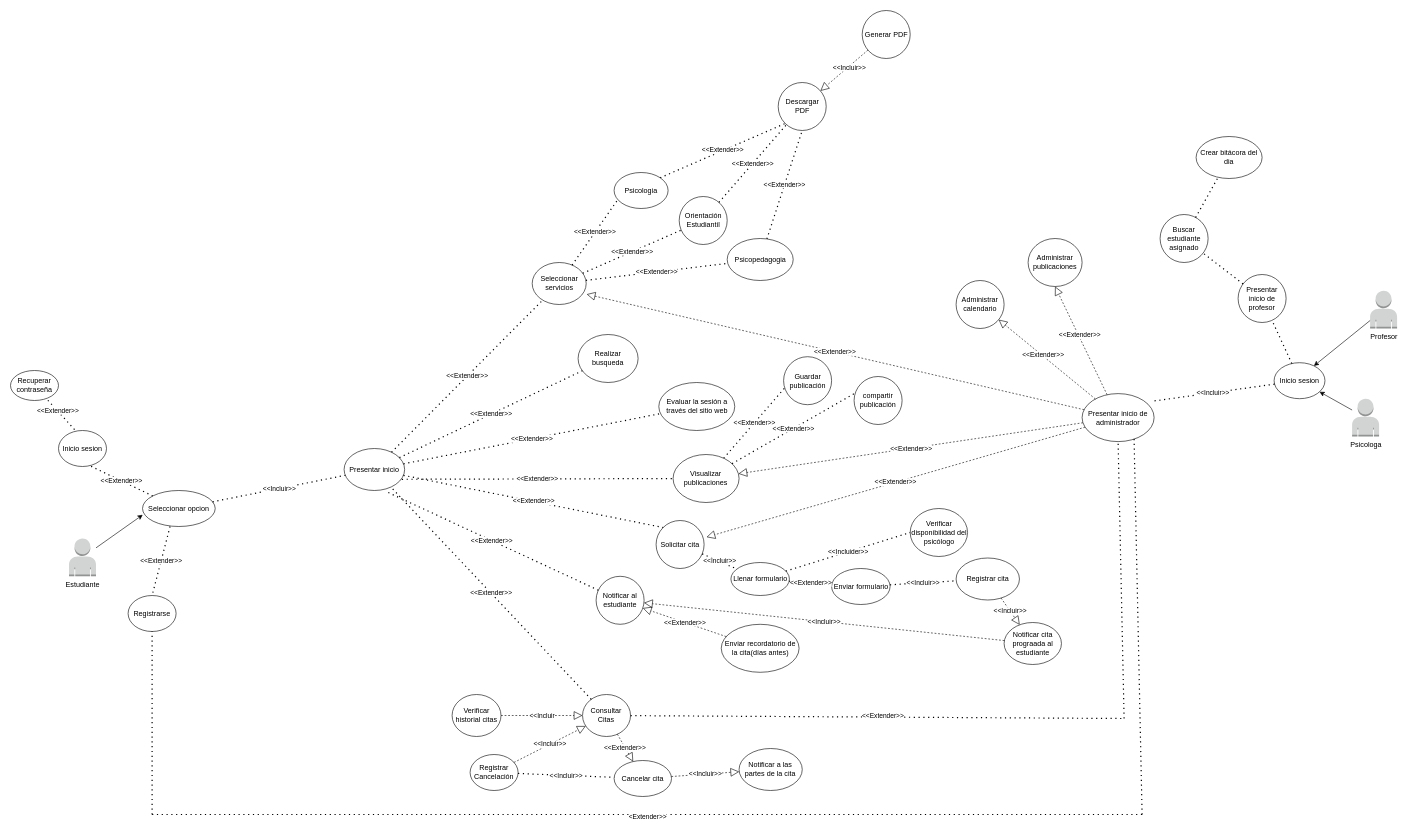
The draw.io diagram DiagramaCasoUso/DiagramaCasoUso.drawio in Joxini/DiagramaDeUso, before the edit. Source tidied: cells renumbered, new cells numbered last; positions are measured from the earlier drawing's top-left corner, leaving out a move shared by most shapes. Both pictures are drawn from the tidied source at 60%, with x=0, y=0 at pixel (10, 10).
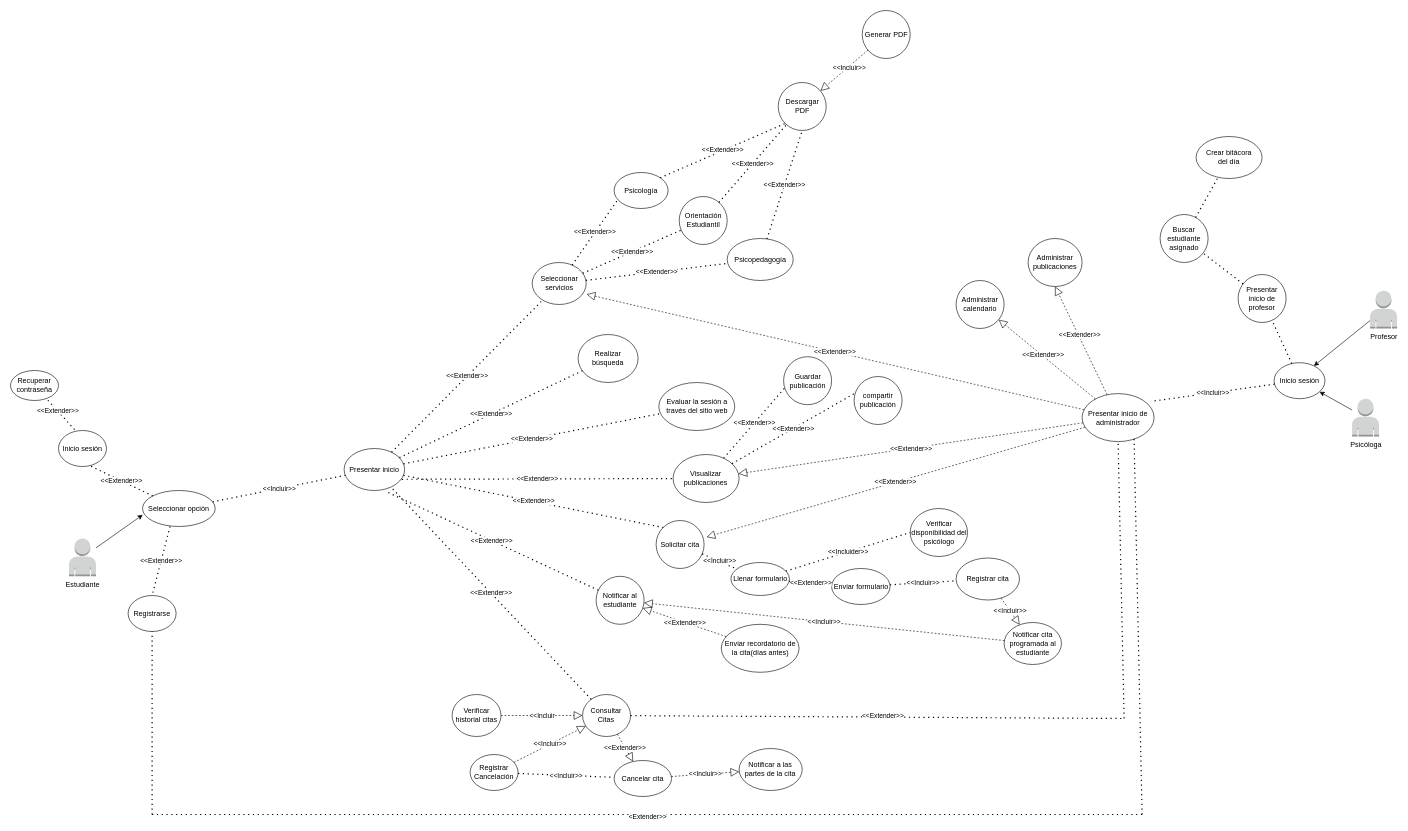
Above is the later version.

What changed in the source:
```diff
@@
-    <mxCell id="2" value="Seleccionar opcion" style="ellipse;whiteSpace=wrap;html=1;" parent="1" vertex="1">
+    <mxCell id="2" value="Seleccionar opción" style="ellipse;whiteSpace=wrap;html=1;" parent="1" vertex="1">
       <mxGeometry x="220" y="800" width="121.2" height="60" as="geometry" />
     </mxCell>
@@
-    <mxCell id="7" value="Notificar cita prograada al estudiante" style="ellipse;whiteSpace=wrap;html=1;" parent="1" vertex="1">
+    <mxCell id="7" value="Notificar cita programada al estudiante" style="ellipse;whiteSpace=wrap;html=1;" parent="1" vertex="1">
       <mxGeometry x="1656" y="1020" width="95.6" height="70" as="geometry" />
     </mxCell>
@@
-    <mxCell id="15" value="Inicio sesion" style="ellipse;whiteSpace=wrap;html=1;" parent="1" vertex="1">
+    <mxCell id="15" value="Inicio sesión" style="ellipse;whiteSpace=wrap;html=1;" parent="1" vertex="1">
       <mxGeometry x="80" y="700" width="80" height="60" as="geometry" />
     </mxCell>
@@
-    <mxCell id="23" value="Psicologia" style="ellipse;whiteSpace=wrap;html=1;" parent="1" vertex="1">
+    <mxCell id="23" value="Psicología" style="ellipse;whiteSpace=wrap;html=1;" parent="1" vertex="1">
       <mxGeometry x="1006" y="270" width="90" height="60" as="geometry" />
     </mxCell>
@@
-    <mxCell id="25" value="Psicopedagogia" style="ellipse;whiteSpace=wrap;html=1;" parent="1" vertex="1">
+    <mxCell id="25" value="Psicopedagogía" style="ellipse;whiteSpace=wrap;html=1;" parent="1" vertex="1">
       <mxGeometry x="1194.5" y="380" width="110" height="70" as="geometry" />
     </mxCell>
@@
-    <mxCell id="31" value="Realizar busqueda" style="ellipse;whiteSpace=wrap;html=1;" parent="1" vertex="1">
+    <mxCell id="31" value="Realizar búsqueda" style="ellipse;whiteSpace=wrap;html=1;" parent="1" vertex="1">
       <mxGeometry x="946" y="540" width="100" height="80" as="geometry" />
     </mxCell>
@@
-    <mxCell id="67" value="Psicologa" style="outlineConnect=0;dashed=0;verticalLabelPosition=bottom;verticalAlign=top;align=center;html=1;shape=mxgraph.aws3.user;fillColor=#D2D3D3;gradientColor=none;" parent="1" vertex="1">
+    <mxCell id="67" value="Psicóloga" style="outlineConnect=0;dashed=0;verticalLabelPosition=bottom;verticalAlign=top;align=center;html=1;shape=mxgraph.aws3.user;fillColor=#D2D3D3;gradientColor=none;" parent="1" vertex="1">
       <mxGeometry x="2236" y="647" width="45" height="63" as="geometry" />
     </mxCell>
-    <mxCell id="68" value="Inicio sesion" style="ellipse;whiteSpace=wrap;html=1;" parent="1" vertex="1">
+    <mxCell id="68" value="Inicio sesión" style="ellipse;whiteSpace=wrap;html=1;" parent="1" vertex="1">
       <mxGeometry x="2106" y="587" width="84.8" height="60" as="geometry" />
     </mxCell>
@@
-    <mxCell id="91" value="Crear bitácora del dia " style="ellipse;whiteSpace=wrap;html=1;" parent="1" vertex="1">
+    <mxCell id="91" value="Crear bitácora del&amp;nbsp;día " style="ellipse;whiteSpace=wrap;html=1;" parent="1" vertex="1">
       <mxGeometry x="1976" y="210" width="110" height="70" as="geometry" />
     </mxCell>
```
